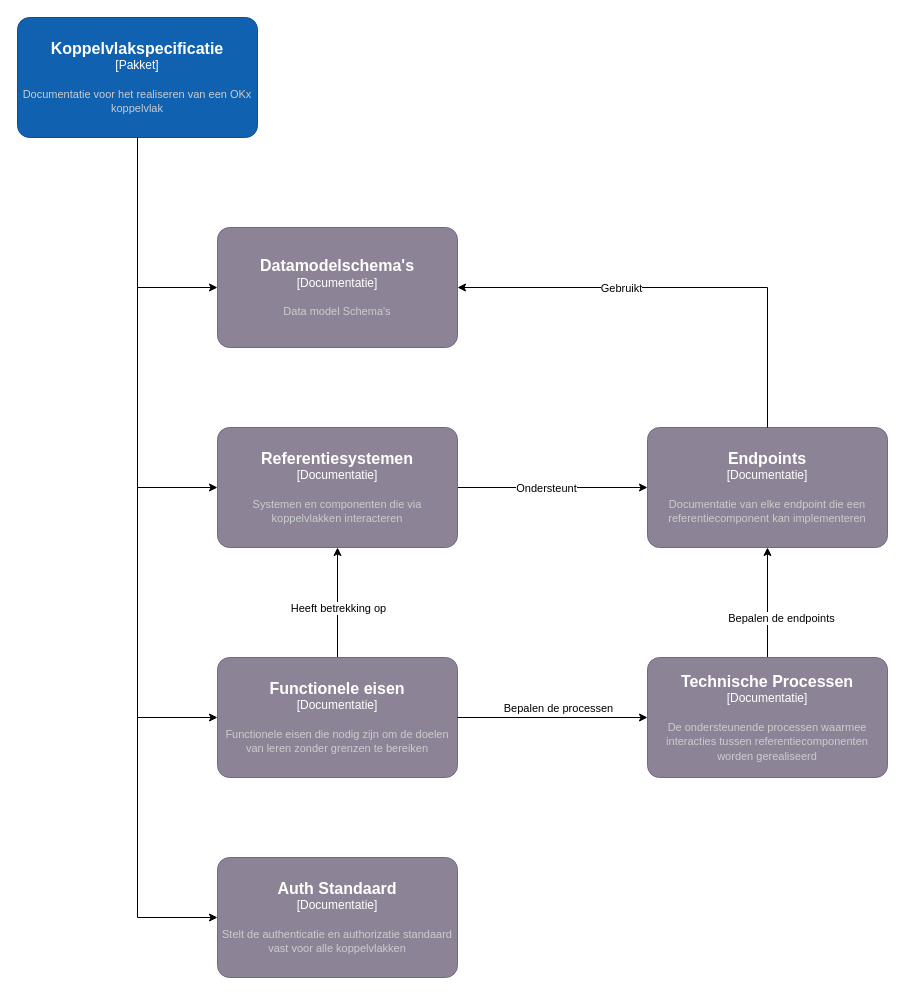
Npuls-OKx/Public keeps this draw.io diagram as Koppelvlakspecificaties/src/KoppelvlakSpec overzicht.drawio. Above is the earlier version. Source tidied: cells renumbered, new cells numbered last; positions are measured from the earlier drawing's top-left corner, leaving out a move shared by most shapes. Both pictures are drawn from the tidied source at 100%, with x=0, y=0 at pixel (17, 17).
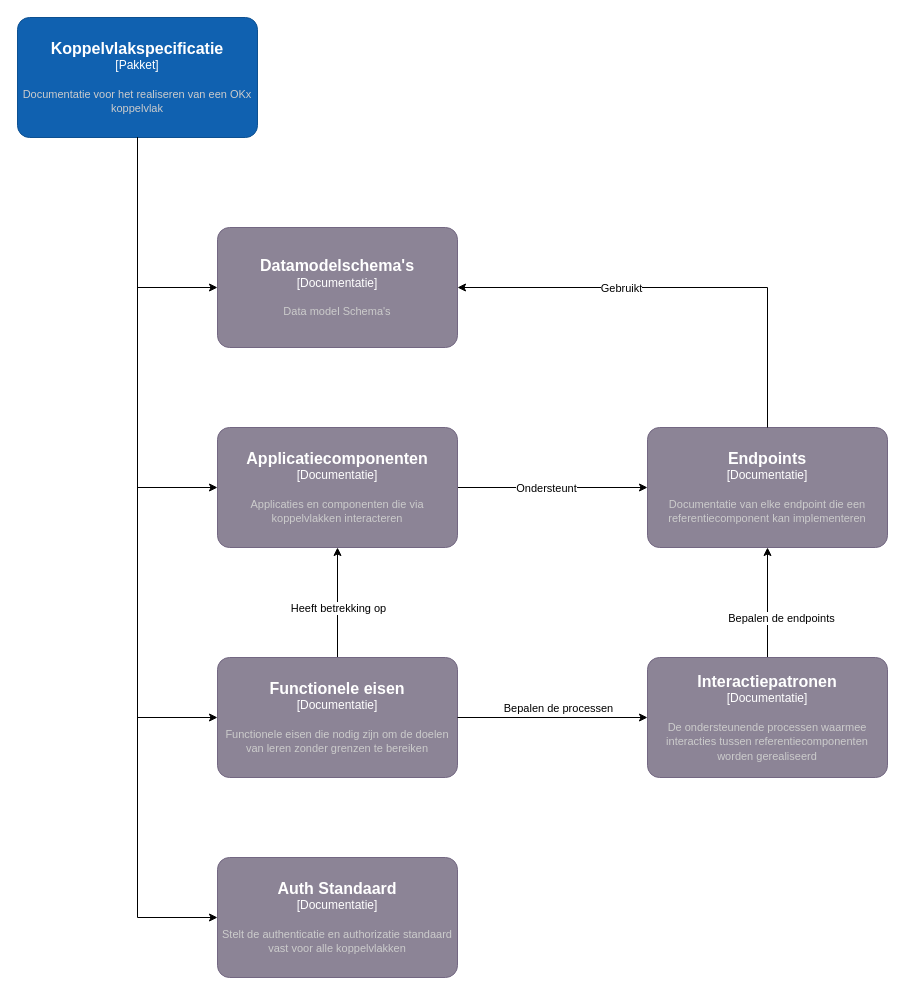
Above is the later version.

Commit message (it also covers changes not shown here):
Overzichtsplaat op mapnamen, branching-diagram

Diff of the diagram source:
```diff
@@
-    <object id="7" label="&lt;font style=&quot;font-size: 16px&quot;&gt;&lt;b&gt;%c4Name%&lt;/b&gt;&lt;/font&gt;&lt;div&gt;[%c4Type%]&lt;/div&gt;&lt;br&gt;&lt;div&gt;&lt;font style=&quot;font-size: 11px&quot;&gt;&lt;font color=&quot;#cccccc&quot;&gt;%c4Description%&lt;/font&gt;&lt;/div&gt;" c4Description="Systemen en componenten die via koppelvlakken interacteren" c4Name="Referentiesystemen" c4Type="Documentatie" placeholders="1">
+    <object id="7" label="&lt;font style=&quot;font-size: 16px&quot;&gt;&lt;b&gt;%c4Name%&lt;/b&gt;&lt;/font&gt;&lt;div&gt;[%c4Type%]&lt;/div&gt;&lt;br&gt;&lt;div&gt;&lt;font style=&quot;font-size: 11px&quot;&gt;&lt;font color=&quot;#cccccc&quot;&gt;%c4Description%&lt;/font&gt;&lt;/div&gt;" c4Description="Applicaties en componenten die via koppelvlakken interacteren" c4Name="Applicatiecomponenten" c4Type="Documentatie" placeholders="1">
       <mxCell style="rounded=1;whiteSpace=wrap;html=1;labelBackgroundColor=none;fillColor=#8C8496;fontColor=#ffffff;align=center;arcSize=10;strokeColor=#736782;points=[[0.25,0,0],[0.5,0,0],[0.75,0,0],[1,0.25,0],[1,0.5,0],[1,0.75,0],[0.75,1,0],[0.5,1,0],[0.25,1,0],[0,0.75,0],[0,0.5,0],[0,0.25,0]];" parent="1" vertex="1">
         <mxGeometry x="200" y="410" width="240" height="120" as="geometry" />
       </mxCell>
     </object>
@@
-    <object id="11" label="&lt;font style=&quot;font-size: 16px&quot;&gt;&lt;b&gt;%c4Name%&lt;/b&gt;&lt;/font&gt;&lt;div&gt;[%c4Type%]&lt;/div&gt;&lt;br&gt;&lt;div&gt;&lt;font style=&quot;font-size: 11px&quot;&gt;&lt;font color=&quot;#cccccc&quot;&gt;%c4Description%&lt;/font&gt;&lt;/div&gt;" c4Description="De ondersteunende processen waarmee interacties tussen referentiecomponenten worden gerealiseerd" c4Name="Technische Processen" c4Type="Documentatie" placeholders="1">
+    <object id="11" label="&lt;font style=&quot;font-size: 16px&quot;&gt;&lt;b&gt;%c4Name%&lt;/b&gt;&lt;/font&gt;&lt;div&gt;[%c4Type%]&lt;/div&gt;&lt;br&gt;&lt;div&gt;&lt;font style=&quot;font-size: 11px&quot;&gt;&lt;font color=&quot;#cccccc&quot;&gt;%c4Description%&lt;/font&gt;&lt;/div&gt;" c4Description="De ondersteunende processen waarmee interacties tussen referentiecomponenten worden gerealiseerd" c4Name="Interactiepatronen" c4Type="Documentatie" placeholders="1">
       <mxCell style="rounded=1;whiteSpace=wrap;html=1;labelBackgroundColor=none;fillColor=#8C8496;fontColor=#ffffff;align=center;arcSize=10;strokeColor=#736782;points=[[0.25,0,0],[0.5,0,0],[0.75,0,0],[1,0.25,0],[1,0.5,0],[1,0.75,0],[0.75,1,0],[0.5,1,0],[0.25,1,0],[0,0.75,0],[0,0.5,0],[0,0.25,0]];" parent="1" vertex="1">
         <mxGeometry x="630" y="640" width="240" height="120" as="geometry" />
       </mxCell>
     </object>
```
